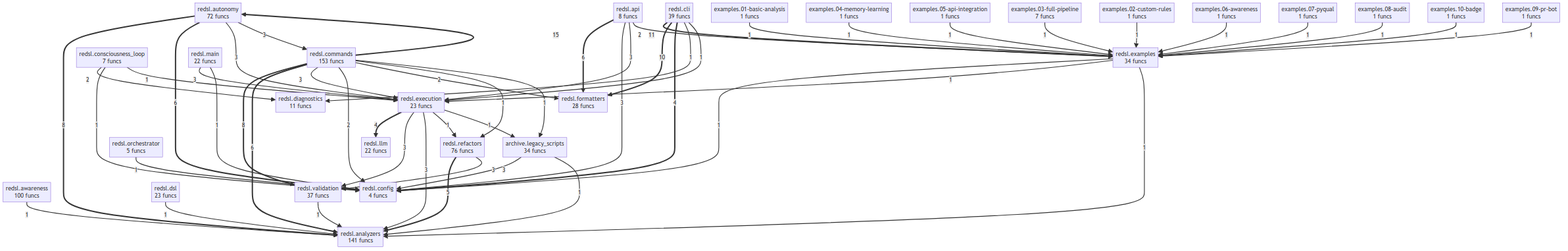
The Mermaid diagram project/compact_flow.png in semcod/redsl, before a commit. Its source is kept beside it as project/compact_flow.mmd.
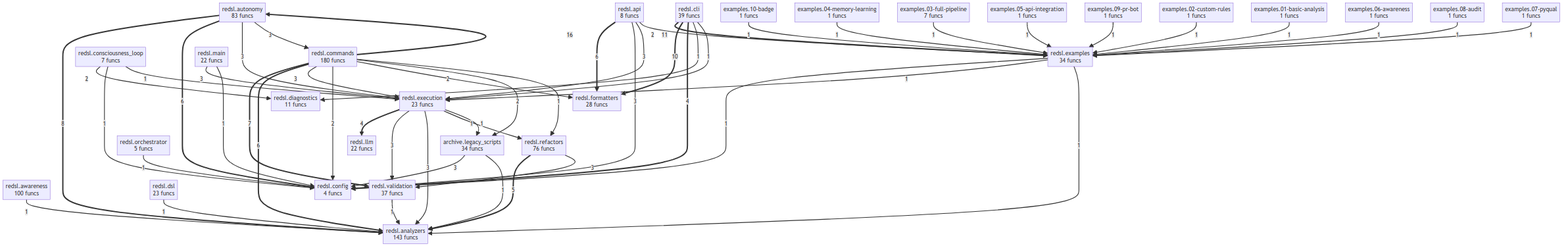
Above is the later version.

Diff of the diagram source:
```diff
@@ -10,12 +10,12 @@
     examples__08_audit["examples.08-audit<br/>1 funcs"]
     examples__09_pr_bot["examples.09-pr-bot<br/>1 funcs"]
     examples__10_badge["examples.10-badge<br/>1 funcs"]
-    redsl__analyzers["redsl.analyzers<br/>141 funcs"]
+    redsl__analyzers["redsl.analyzers<br/>143 funcs"]
     redsl__api["redsl.api<br/>8 funcs"]
-    redsl__autonomy["redsl.autonomy<br/>72 funcs"]
+    redsl__autonomy["redsl.autonomy<br/>83 funcs"]
     redsl__awareness["redsl.awareness<br/>100 funcs"]
     redsl__cli["redsl.cli<br/>39 funcs"]
-    redsl__commands["redsl.commands<br/>153 funcs"]
+    redsl__commands["redsl.commands<br/>180 funcs"]
     redsl__config["redsl.config<br/>4 funcs"]
     redsl__consciousness_loop["redsl.consciousness_loop<br/>7 funcs"]
     redsl__diagnostics["redsl.diagnostics<br/>11 funcs"]
@@ -28,11 +28,11 @@
     redsl__orchestrator["redsl.orchestrator<br/>5 funcs"]
     redsl__refactors["redsl.refactors<br/>76 funcs"]
     redsl__validation["redsl.validation<br/>37 funcs"]
-    redsl__commands ==>|15| redsl__autonomy
+    redsl__commands ==>|16| redsl__autonomy
     redsl__cli ==>|11| redsl__examples
     redsl__cli ==>|10| redsl__formatters
-    redsl__commands ==>|8| redsl__validation
     redsl__autonomy ==>|8| redsl__analyzers
+    redsl__commands ==>|7| redsl__validation
     redsl__commands ==>|6| redsl__analyzers
     redsl__autonomy ==>|6| redsl__config
     redsl__api ==>|6| redsl__formatters
@@ -52,24 +52,24 @@
     redsl__consciousness_loop -->|2| redsl__diagnostics
     redsl__commands -->|2| redsl__config
     redsl__commands -->|2| redsl__formatters
+    redsl__commands -->|2| archive__legacy_scripts
     redsl__api -->|2| redsl__examples
+    examples__10_badge -->|1| redsl__examples
+    examples__04_memory_learning -->|1| redsl__examples
+    examples__03_full_pipeline -->|1| redsl__examples
+    examples__05_api_integration -->|1| redsl__examples
+    examples__09_pr_bot -->|1| redsl__examples
+    examples__02_custom_rules -->|1| redsl__examples
     examples__01_basic_analysis -->|1| redsl__examples
-    examples__04_memory_learning -->|1| redsl__examples
-    examples__05_api_integration -->|1| redsl__examples
-    examples__03_full_pipeline -->|1| redsl__examples
-    examples__02_custom_rules -->|1| redsl__examples
     examples__06_awareness -->|1| redsl__examples
+    examples__08_audit -->|1| redsl__examples
     examples__07_pyqual -->|1| redsl__examples
-    examples__08_audit -->|1| redsl__examples
-    examples__10_badge -->|1| redsl__examples
-    examples__09_pr_bot -->|1| redsl__examples
     archive__legacy_scripts -->|1| redsl__analyzers
     redsl__consciousness_loop -->|1| redsl__config
     redsl__consciousness_loop -->|1| redsl__execution
     redsl__main -->|1| redsl__config
     redsl__orchestrator -->|1| redsl__config
     redsl__commands -->|1| redsl__refactors
-    redsl__commands -->|1| archive__legacy_scripts
     redsl__examples -->|1| redsl__config
     redsl__examples -->|1| redsl__execution
     redsl__examples -->|1| redsl__analyzers
```
